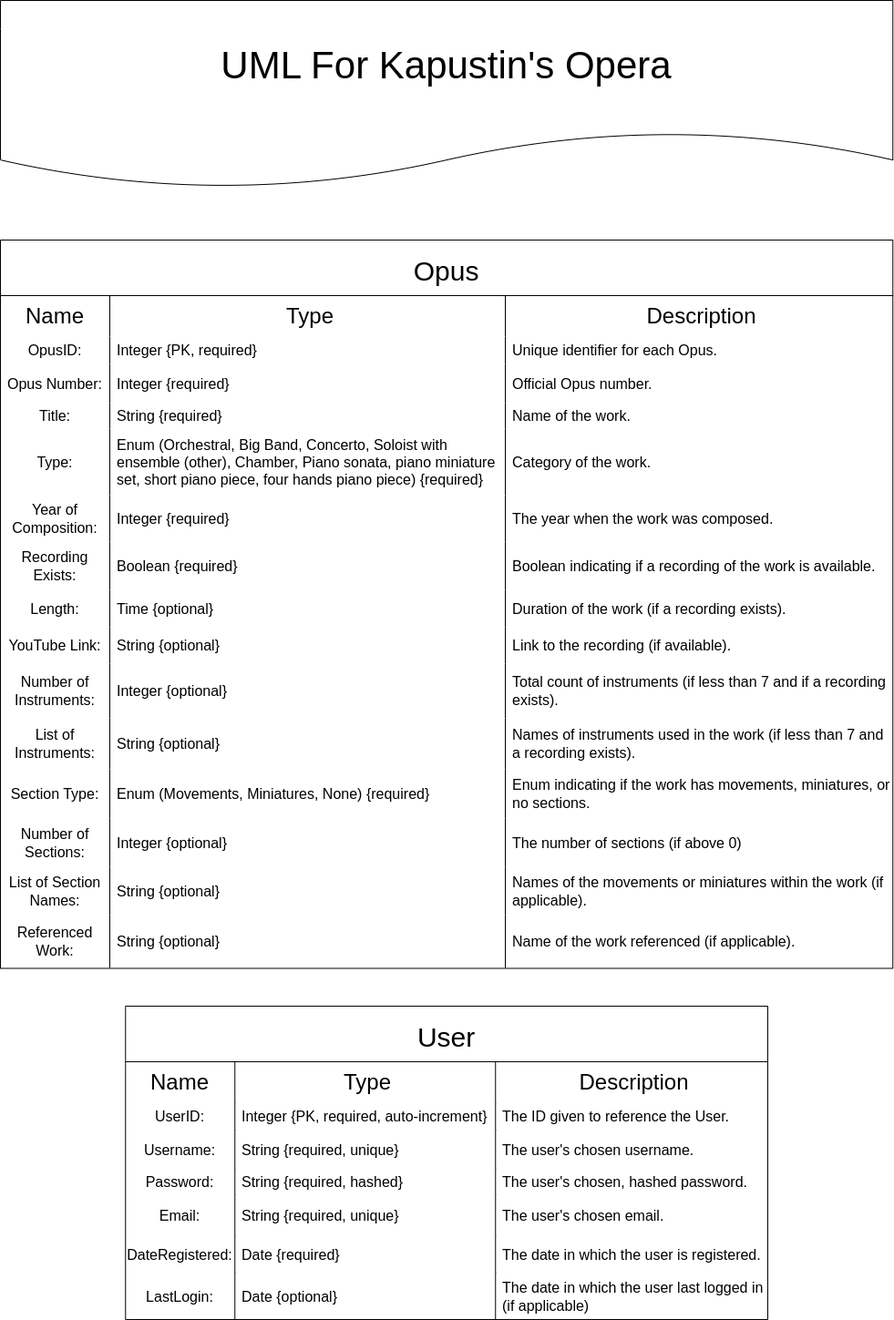
Before: Design Documents/kapustin-UML.drawio.png, a diagram exported from draw.io (alixvox/kapustin-api). Source tidied: cells renumbered, new cells last; positions are measured from the earlier drawing's top-left corner, leaving out a move shared by most shapes.
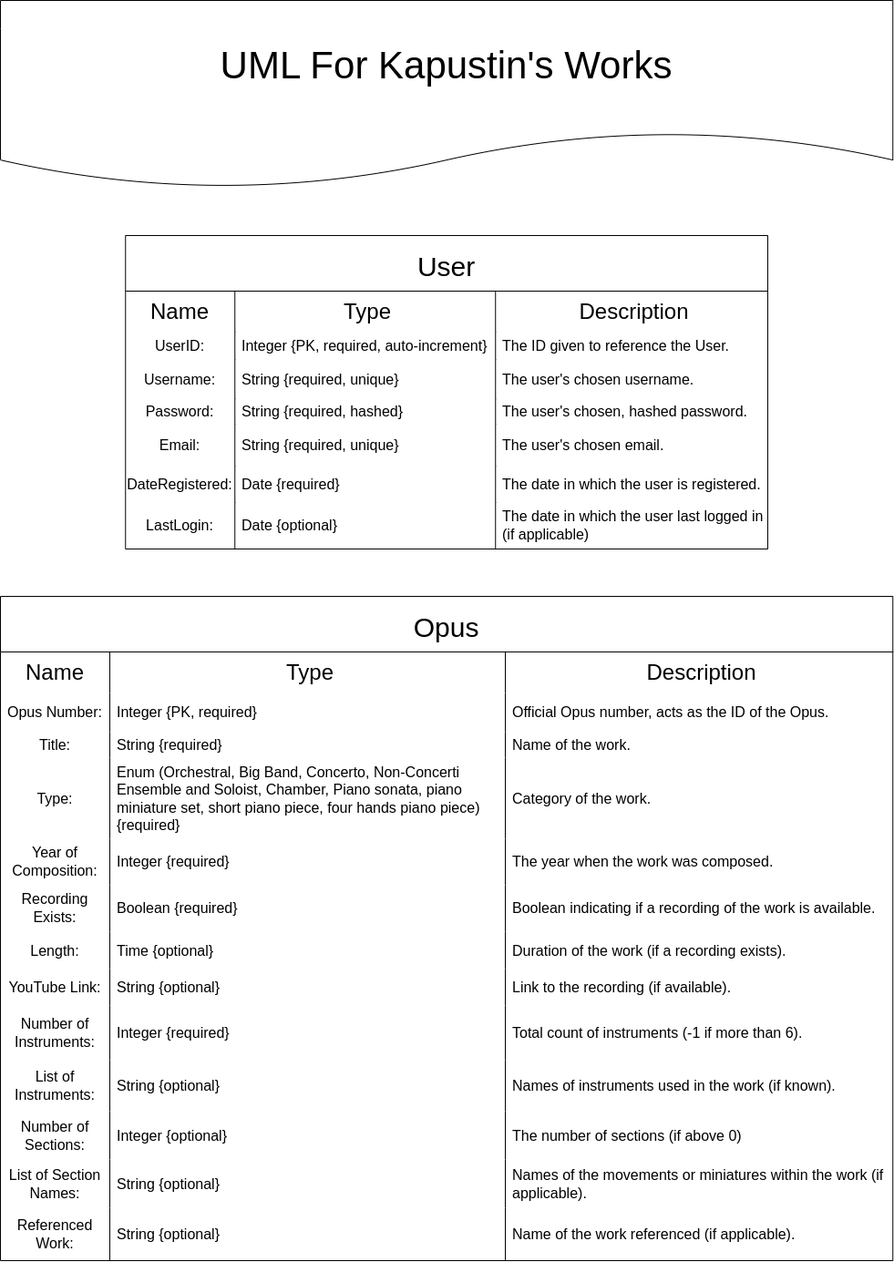
The same diagram one commit later.

The edit, as a diff of the source:
```diff
@@ -5,3 +5,3 @@
     <mxCell id="2" value="Opus" style="shape=table;startSize=61;rowLines=0;fontStyle=0;strokeColor=default;fontSize=30;" parent="1" vertex="1">
-      <mxGeometry y="263" width="979.2" height="799.5" as="geometry" />
+      <mxGeometry y="654" width="979.2" height="729" as="geometry" />
     </mxCell>
@@ -19,16 +19,4 @@
     </mxCell>
-    <mxCell id="7" style="shape=tableRow;horizontal=0;startSize=0;swimlaneHead=0;swimlaneBody=0;top=0;left=0;bottom=0;right=0;fillColor=none;strokeColor=inherit;fontSize=16;" parent="2" vertex="1">
-      <mxGeometry y="106" width="979.2" height="30" as="geometry" />
-    </mxCell>
-    <mxCell id="8" value="OpusID:" style="shape=partialRectangle;html=1;whiteSpace=wrap;fillColor=none;top=0;left=0;bottom=0;right=0;overflow=hidden;strokeColor=inherit;fontSize=16;" parent="7" vertex="1">
-      <mxGeometry width="120" height="30" as="geometry" />
-    </mxCell>
-    <mxCell id="9" value="Integer {PK, required}" style="shape=partialRectangle;html=1;whiteSpace=wrap;fillColor=none;top=0;left=0;bottom=0;right=0;align=left;spacingLeft=6;overflow=hidden;strokeColor=inherit;fontSize=16;" parent="7" vertex="1">
-      <mxGeometry x="120" width="434" height="30" as="geometry" />
-    </mxCell>
-    <mxCell id="10" value="Unique identifier for each Opus." style="shape=partialRectangle;html=1;whiteSpace=wrap;fillColor=none;top=0;left=0;bottom=0;right=0;align=left;spacingLeft=6;overflow=hidden;strokeColor=inherit;fontSize=16;" parent="7" vertex="1">
-      <mxGeometry x="554" width="425" height="30" as="geometry" />
-    </mxCell>
     <mxCell id="11" style="shape=tableRow;horizontal=0;startSize=0;swimlaneHead=0;swimlaneBody=0;top=0;left=0;bottom=0;right=0;fillColor=none;strokeColor=inherit;fontSize=16;" parent="2" vertex="1">
-      <mxGeometry y="136" width="979.2" height="43" as="geometry" />
+      <mxGeometry y="106" width="979.2" height="43" as="geometry" />
     </mxCell>
@@ -37,6 +25,6 @@
     </mxCell>
-    <mxCell id="13" value="Integer {required}" style="shape=partialRectangle;html=1;whiteSpace=wrap;fillColor=none;top=0;left=0;bottom=0;right=0;align=left;spacingLeft=6;overflow=hidden;strokeColor=inherit;fontSize=16;" parent="11" vertex="1">
+    <mxCell id="13" value="Integer {PK, required}" style="shape=partialRectangle;html=1;whiteSpace=wrap;fillColor=none;top=0;left=0;bottom=0;right=0;align=left;spacingLeft=6;overflow=hidden;strokeColor=inherit;fontSize=16;" parent="11" vertex="1">
       <mxGeometry x="120" width="434" height="43" as="geometry" />
     </mxCell>
-    <mxCell id="14" value="Official Opus number." style="shape=partialRectangle;html=1;whiteSpace=wrap;fillColor=none;top=0;left=0;bottom=0;right=0;align=left;spacingLeft=6;overflow=hidden;strokeColor=inherit;fontSize=16;" parent="11" vertex="1">
+    <mxCell id="14" value="Official Opus number, acts as the ID of the Opus." style="shape=partialRectangle;html=1;whiteSpace=wrap;fillColor=none;top=0;left=0;bottom=0;right=0;align=left;spacingLeft=6;overflow=hidden;strokeColor=inherit;fontSize=16;" parent="11" vertex="1">
       <mxGeometry x="554" width="425" height="43" as="geometry" />
@@ -44,3 +32,3 @@
     <mxCell id="15" style="shape=tableRow;horizontal=0;startSize=0;swimlaneHead=0;swimlaneBody=0;top=0;left=0;bottom=0;right=0;fillColor=none;strokeColor=inherit;fontSize=16;" parent="2" vertex="1">
-      <mxGeometry y="179" width="979.2" height="28" as="geometry" />
+      <mxGeometry y="149" width="979.2" height="28" as="geometry" />
     </mxCell>
@@ -56,15 +44,15 @@
     <mxCell id="19" style="shape=tableRow;horizontal=0;startSize=0;swimlaneHead=0;swimlaneBody=0;top=0;left=0;bottom=0;right=0;fillColor=none;strokeColor=inherit;fontSize=16;" parent="2" vertex="1">
-      <mxGeometry y="207" width="979.2" height="73" as="geometry" />
+      <mxGeometry y="177" width="979.2" height="89" as="geometry" />
     </mxCell>
     <mxCell id="20" value="Type:" style="shape=partialRectangle;html=1;whiteSpace=wrap;fillColor=none;top=0;left=0;bottom=0;right=0;overflow=hidden;strokeColor=inherit;fontSize=16;" parent="19" vertex="1">
-      <mxGeometry width="120" height="73" as="geometry" />
+      <mxGeometry width="120" height="89" as="geometry" />
     </mxCell>
-    <mxCell id="21" value="Enum (Orchestral, Big Band, Concerto, Soloist with ensemble (other), Chamber, Piano sonata, piano miniature set, short piano piece, four hands piano piece) {required}" style="shape=partialRectangle;html=1;whiteSpace=wrap;fillColor=none;top=0;left=0;bottom=0;right=0;align=left;spacingLeft=6;overflow=hidden;strokeColor=inherit;fontSize=16;" parent="19" vertex="1">
-      <mxGeometry x="120" width="434" height="73" as="geometry" />
+    <mxCell id="21" value="Enum (Orchestral, Big Band, Concerto,&amp;nbsp;&lt;span style=&quot;&quot; data-sheets-validation-id=&quot;0&quot; data-sheets-validation-definition=&quot;{&amp;quot;1&amp;quot;:{&amp;quot;1&amp;quot;:{&amp;quot;1&amp;quot;:24,&amp;quot;2&amp;quot;:[{&amp;quot;1&amp;quot;:0,&amp;quot;5&amp;quot;:{&amp;quot;1&amp;quot;:{&amp;quot;1&amp;quot;:0},&amp;quot;2&amp;quot;:{&amp;quot;1&amp;quot;:2,&amp;quot;2&amp;quot;:&amp;quot;Orchestral&amp;quot;}}},{&amp;quot;1&amp;quot;:0,&amp;quot;5&amp;quot;:{&amp;quot;1&amp;quot;:{&amp;quot;1&amp;quot;:0},&amp;quot;2&amp;quot;:{&amp;quot;1&amp;quot;:2,&amp;quot;2&amp;quot;:&amp;quot;Big Band&amp;quot;}}},{&amp;quot;1&amp;quot;:0,&amp;quot;5&amp;quot;:{&amp;quot;1&amp;quot;:{&amp;quot;1&amp;quot;:0},&amp;quot;2&amp;quot;:{&amp;quot;1&amp;quot;:2,&amp;quot;2&amp;quot;:&amp;quot;Concerto&amp;quot;}}},{&amp;quot;1&amp;quot;:0,&amp;quot;5&amp;quot;:{&amp;quot;1&amp;quot;:{&amp;quot;1&amp;quot;:0},&amp;quot;2&amp;quot;:{&amp;quot;1&amp;quot;:2,&amp;quot;2&amp;quot;:&amp;quot;Non-Concerti Soloist and Ensemble&amp;quot;}}},{&amp;quot;1&amp;quot;:0,&amp;quot;5&amp;quot;:{&amp;quot;1&amp;quot;:{&amp;quot;1&amp;quot;:0},&amp;quot;2&amp;quot;:{&amp;quot;1&amp;quot;:2,&amp;quot;2&amp;quot;:&amp;quot;Chamber&amp;quot;}}},{&amp;quot;1&amp;quot;:0,&amp;quot;5&amp;quot;:{&amp;quot;1&amp;quot;:{&amp;quot;1&amp;quot;:0},&amp;quot;2&amp;quot;:{&amp;quot;1&amp;quot;:2,&amp;quot;2&amp;quot;:&amp;quot;Piano Sonata&amp;quot;}}},{&amp;quot;1&amp;quot;:0,&amp;quot;5&amp;quot;:{&amp;quot;1&amp;quot;:{&amp;quot;1&amp;quot;:0},&amp;quot;2&amp;quot;:{&amp;quot;1&amp;quot;:2,&amp;quot;2&amp;quot;:&amp;quot;Piano Miniature Set&amp;quot;}}},{&amp;quot;1&amp;quot;:0,&amp;quot;5&amp;quot;:{&amp;quot;1&amp;quot;:{&amp;quot;1&amp;quot;:0},&amp;quot;2&amp;quot;:{&amp;quot;1&amp;quot;:2,&amp;quot;2&amp;quot;:&amp;quot;Short Piano Piece&amp;quot;}}},{&amp;quot;1&amp;quot;:0,&amp;quot;5&amp;quot;:{&amp;quot;1&amp;quot;:{&amp;quot;1&amp;quot;:0},&amp;quot;2&amp;quot;:{&amp;quot;1&amp;quot;:2,&amp;quot;2&amp;quot;:&amp;quot;Four Hands Piano Piece&amp;quot;}}}]},&amp;quot;2&amp;quot;:{&amp;quot;1&amp;quot;:{&amp;quot;1&amp;quot;:[{&amp;quot;1&amp;quot;:4,&amp;quot;6&amp;quot;:0},{&amp;quot;1&amp;quot;:2,&amp;quot;3&amp;quot;:&amp;quot;TRIM&amp;quot;,&amp;quot;4&amp;quot;:1},{&amp;quot;1&amp;quot;:3,&amp;quot;5&amp;quot;:{&amp;quot;1&amp;quot;:2,&amp;quot;2&amp;quot;:&amp;quot;Orchestral&amp;quot;}},{&amp;quot;1&amp;quot;:3,&amp;quot;5&amp;quot;:{&amp;quot;1&amp;quot;:2,&amp;quot;2&amp;quot;:&amp;quot;Big Band&amp;quot;}},{&amp;quot;1&amp;quot;:3,&amp;quot;5&amp;quot;:{&amp;quot;1&amp;quot;:2,&amp;quot;2&amp;quot;:&amp;quot;Concerto&amp;quot;}},{&amp;quot;1&amp;quot;:3,&amp;quot;5&amp;quot;:{&amp;quot;1&amp;quot;:2,&amp;quot;2&amp;quot;:&amp;quot;Non-Concerti Soloist and Ensemble&amp;quot;}},{&amp;quot;1&amp;quot;:3,&amp;quot;5&amp;quot;:{&amp;quot;1&amp;quot;:2,&amp;quot;2&amp;quot;:&amp;quot;Chamber&amp;quot;}},{&amp;quot;1&amp;quot;:3,&amp;quot;5&amp;quot;:{&amp;quot;1&amp;quot;:2,&amp;quot;2&amp;quot;:&amp;quot;Piano Sonata&amp;quot;}},{&amp;quot;1&amp;quot;:3,&amp;quot;5&amp;quot;:{&amp;quot;1&amp;quot;:2,&amp;quot;2&amp;quot;:&amp;quot;Piano Miniature Set&amp;quot;}},{&amp;quot;1&amp;quot;:3,&amp;quot;5&amp;quot;:{&amp;quot;1&amp;quot;:2,&amp;quot;2&amp;quot;:&amp;quot;Short Piano Piece&amp;quot;}},{&amp;quot;1&amp;quot;:3,&amp;quot;5&amp;quot;:{&amp;quot;1&amp;quot;:2,&amp;quot;2&amp;quot;:&amp;quot;Four Hands Piano Piece&amp;quot;}},{&amp;quot;1&amp;quot;:2,&amp;quot;3&amp;quot;:&amp;quot;ARRAY_ROW&amp;quot;,&amp;quot;4&amp;quot;:9},{&amp;quot;1&amp;quot;:2,&amp;quot;3&amp;quot;:&amp;quot;ARRAY_LITERAL&amp;quot;,&amp;quot;4&amp;quot;:1},{&amp;quot;1&amp;quot;:2,&amp;quot;3&amp;quot;:&amp;quot;TRIM&amp;quot;,&amp;quot;4&amp;quot;:1},{&amp;quot;1&amp;quot;:2,&amp;quot;3&amp;quot;:&amp;quot;EXACT&amp;quot;,&amp;quot;4&amp;quot;:2},{&amp;quot;1&amp;quot;:2,&amp;quot;3&amp;quot;:&amp;quot;OR&amp;quot;,&amp;quot;4&amp;quot;:1},{&amp;quot;1&amp;quot;:2,&amp;quot;3&amp;quot;:&amp;quot;ARRAYFORMULA&amp;quot;,&amp;quot;4&amp;quot;:1},{&amp;quot;1&amp;quot;:1,&amp;quot;2&amp;quot;:&amp;quot;=&amp;quot;}]},&amp;quot;3&amp;quot;:&amp;quot;R0]FTRIM:1]LSOrchestral]]LSBig Band]]LSConcerto]]LSNon-Concerti Soloist and Ensemble]]LSChamber]]LSPiano Sonata]]LSPiano Miniature Set]]LSShort Piano Piece]]LSFour Hands Piano Piece]]FARRAY_ROW:9]FARRAY_LITERAL:1]FTRIM:1]FEXACT:2]FOR:1]FARRAYFORMULA:1]S&amp;quot;},&amp;quot;3&amp;quot;:[{&amp;quot;1&amp;quot;:{&amp;quot;1&amp;quot;:0,&amp;quot;2&amp;quot;:1,&amp;quot;3&amp;quot;:0,&amp;quot;4&amp;quot;:1,&amp;quot;5&amp;quot;:1118464},&amp;quot;2&amp;quot;:0}]},&amp;quot;2&amp;quot;:&amp;quot;&amp;quot;,&amp;quot;3&amp;quot;:1,&amp;quot;4&amp;quot;:1,&amp;quot;6&amp;quot;:1}&quot; data-sheets-userformat=&quot;{&amp;quot;2&amp;quot;:513,&amp;quot;3&amp;quot;:{&amp;quot;1&amp;quot;:0},&amp;quot;12&amp;quot;:0}&quot; data-sheets-value=&quot;{&amp;quot;1&amp;quot;:2,&amp;quot;2&amp;quot;:&amp;quot;Non-Concerti Soloist and Ensemble&amp;quot;}&quot;&gt;Non-Concerti Ensemble and Soloist,&lt;/span&gt;&amp;nbsp;Chamber, Piano sonata, piano miniature set, short piano piece, four hands piano piece) {required}" style="shape=partialRectangle;html=1;whiteSpace=wrap;fillColor=none;top=0;left=0;bottom=0;right=0;align=left;spacingLeft=6;overflow=hidden;strokeColor=inherit;fontSize=16;" parent="19" vertex="1">
+      <mxGeometry x="120" width="434" height="89" as="geometry" />
     </mxCell>
     <mxCell id="22" value="Category of the work." style="shape=partialRectangle;whiteSpace=wrap;fillColor=none;top=0;left=0;bottom=0;right=0;align=left;spacingLeft=6;overflow=hidden;strokeColor=inherit;fontSize=16;" parent="19" vertex="1">
-      <mxGeometry x="554" width="425" height="73" as="geometry" />
+      <mxGeometry x="554" width="425" height="89" as="geometry" />
     </mxCell>
     <mxCell id="23" style="shape=tableRow;horizontal=0;startSize=0;swimlaneHead=0;swimlaneBody=0;top=0;left=0;bottom=0;right=0;fillColor=none;strokeColor=inherit;fontSize=16;" parent="2" vertex="1">
-      <mxGeometry y="280" width="979.2" height="51" as="geometry" />
+      <mxGeometry y="266" width="979.2" height="51" as="geometry" />
     </mxCell>
@@ -80,15 +68,15 @@
     <mxCell id="27" style="shape=tableRow;horizontal=0;startSize=0;swimlaneHead=0;swimlaneBody=0;top=0;left=0;bottom=0;right=0;fillColor=none;strokeColor=inherit;fontSize=16;" parent="2" vertex="1">
-      <mxGeometry y="331" width="979.2" height="53" as="geometry" />
+      <mxGeometry y="317" width="979.2" height="51" as="geometry" />
     </mxCell>
     <mxCell id="28" value="Recording Exists:" style="shape=partialRectangle;html=1;whiteSpace=wrap;fillColor=none;top=0;left=0;bottom=0;right=0;overflow=hidden;strokeColor=inherit;fontSize=16;" parent="27" vertex="1">
-      <mxGeometry width="120" height="53" as="geometry" />
+      <mxGeometry width="120" height="51" as="geometry" />
     </mxCell>
     <mxCell id="29" value="Boolean {required}" style="shape=partialRectangle;html=1;whiteSpace=wrap;fillColor=none;top=0;left=0;bottom=0;right=0;align=left;spacingLeft=6;overflow=hidden;strokeColor=inherit;fontSize=16;" parent="27" vertex="1">
-      <mxGeometry x="120" width="434" height="53" as="geometry" />
+      <mxGeometry x="120" width="434" height="51" as="geometry" />
     </mxCell>
     <mxCell id="30" value="Boolean indicating if a recording of the work is available." style="shape=partialRectangle;whiteSpace=wrap;fillColor=none;top=0;left=0;bottom=0;right=0;align=left;spacingLeft=6;overflow=hidden;strokeColor=inherit;fontSize=16;" parent="27" vertex="1">
-      <mxGeometry x="554" width="425" height="53" as="geometry" />
+      <mxGeometry x="554" width="425" height="51" as="geometry" />
     </mxCell>
     <mxCell id="31" style="shape=tableRow;horizontal=0;startSize=0;swimlaneHead=0;swimlaneBody=0;top=0;left=0;bottom=0;right=0;fillColor=none;strokeColor=inherit;fontSize=16;" parent="2" vertex="1">
-      <mxGeometry y="384" width="979.2" height="41" as="geometry" />
+      <mxGeometry y="368" width="979.2" height="41" as="geometry" />
     </mxCell>
@@ -104,3 +92,3 @@
     <mxCell id="35" style="shape=tableRow;horizontal=0;startSize=0;swimlaneHead=0;swimlaneBody=0;top=0;left=0;bottom=0;right=0;fillColor=none;strokeColor=inherit;fontSize=16;" parent="2" vertex="1">
-      <mxGeometry y="425" width="979.2" height="40" as="geometry" />
+      <mxGeometry y="409" width="979.2" height="40" as="geometry" />
     </mxCell>
@@ -116,3 +104,3 @@
     <mxCell id="39" style="shape=tableRow;horizontal=0;startSize=0;swimlaneHead=0;swimlaneBody=0;top=0;left=0;bottom=0;right=0;fillColor=none;strokeColor=inherit;fontSize=16;" parent="2" vertex="1">
-      <mxGeometry y="465" width="979.2" height="60" as="geometry" />
+      <mxGeometry y="449" width="979.2" height="60" as="geometry" />
     </mxCell>
@@ -121,6 +109,6 @@
     </mxCell>
-    <mxCell id="41" value="Integer {optional}" style="shape=partialRectangle;html=1;whiteSpace=wrap;fillColor=none;top=0;left=0;bottom=0;right=0;align=left;spacingLeft=6;overflow=hidden;strokeColor=inherit;fontSize=16;" parent="39" vertex="1">
+    <mxCell id="41" value="Integer {required}" style="shape=partialRectangle;html=1;whiteSpace=wrap;fillColor=none;top=0;left=0;bottom=0;right=0;align=left;spacingLeft=6;overflow=hidden;strokeColor=inherit;fontSize=16;" parent="39" vertex="1">
       <mxGeometry x="120" width="434" height="60" as="geometry" />
     </mxCell>
-    <mxCell id="42" value="Total count of instruments (if less than 7 and if a recording exists)." style="shape=partialRectangle;html=1;whiteSpace=wrap;fillColor=none;top=0;left=0;bottom=0;right=0;align=left;spacingLeft=6;overflow=hidden;strokeColor=inherit;fontSize=16;" parent="39" vertex="1">
+    <mxCell id="42" value="Total count of instruments (-1 if more than 6)." style="shape=partialRectangle;html=1;whiteSpace=wrap;fillColor=none;top=0;left=0;bottom=0;right=0;align=left;spacingLeft=6;overflow=hidden;strokeColor=inherit;fontSize=16;" parent="39" vertex="1">
       <mxGeometry x="554" width="425" height="60" as="geometry" />
@@ -128,3 +116,3 @@
     <mxCell id="43" style="shape=tableRow;horizontal=0;startSize=0;swimlaneHead=0;swimlaneBody=0;top=0;left=0;bottom=0;right=0;fillColor=none;strokeColor=inherit;fontSize=16;" parent="2" vertex="1">
-      <mxGeometry y="525" width="979.2" height="56" as="geometry" />
+      <mxGeometry y="509" width="979.2" height="56" as="geometry" />
     </mxCell>
@@ -136,19 +124,7 @@
     </mxCell>
-    <mxCell id="46" value="Names of instruments used in the work (if less than 7 and a recording exists)." style="shape=partialRectangle;html=1;whiteSpace=wrap;fillColor=none;top=0;left=0;bottom=0;right=0;align=left;spacingLeft=6;overflow=hidden;strokeColor=inherit;fontSize=16;" parent="43" vertex="1">
+    <mxCell id="46" value="Names of instruments used in the work (if known)." style="shape=partialRectangle;html=1;whiteSpace=wrap;fillColor=none;top=0;left=0;bottom=0;right=0;align=left;spacingLeft=6;overflow=hidden;strokeColor=inherit;fontSize=16;" parent="43" vertex="1">
       <mxGeometry x="554" width="425" height="56" as="geometry" />
     </mxCell>
-    <mxCell id="47" style="shape=tableRow;horizontal=0;startSize=0;swimlaneHead=0;swimlaneBody=0;top=0;left=0;bottom=0;right=0;fillColor=none;strokeColor=inherit;fontSize=16;" parent="2" vertex="1">
-      <mxGeometry y="581" width="979.2" height="54" as="geometry" />
-    </mxCell>
-    <mxCell id="48" value="Section Type:" style="shape=partialRectangle;html=1;whiteSpace=wrap;fillColor=none;top=0;left=0;bottom=0;right=0;overflow=hidden;strokeColor=inherit;fontSize=16;" parent="47" vertex="1">
-      <mxGeometry width="120" height="54" as="geometry" />
-    </mxCell>
-    <mxCell id="49" value="Enum (Movements, Miniatures, None) {required}" style="shape=partialRectangle;html=1;whiteSpace=wrap;fillColor=none;top=0;left=0;bottom=0;right=0;align=left;spacingLeft=6;overflow=hidden;strokeColor=inherit;fontSize=16;" parent="47" vertex="1">
-      <mxGeometry x="120" width="434" height="54" as="geometry" />
-    </mxCell>
-    <mxCell id="50" value="Enum indicating if the work has movements, miniatures, or no sections." style="shape=partialRectangle;html=1;whiteSpace=wrap;fillColor=none;top=0;left=0;bottom=0;right=0;align=left;spacingLeft=6;overflow=hidden;strokeColor=inherit;fontSize=16;" parent="47" vertex="1">
-      <mxGeometry x="554" width="425" height="54" as="geometry" />
-    </mxCell>
     <mxCell id="51" style="shape=tableRow;horizontal=0;startSize=0;swimlaneHead=0;swimlaneBody=0;top=0;left=0;bottom=0;right=0;fillColor=none;strokeColor=inherit;fontSize=16;" parent="2" vertex="1">
-      <mxGeometry y="635" width="979.2" height="53" as="geometry" />
+      <mxGeometry y="565" width="979.2" height="53" as="geometry" />
     </mxCell>
@@ -164,3 +140,3 @@
     <mxCell id="55" style="shape=tableRow;horizontal=0;startSize=0;swimlaneHead=0;swimlaneBody=0;top=0;left=0;bottom=0;right=0;fillColor=none;strokeColor=inherit;fontSize=16;" parent="2" vertex="1">
-      <mxGeometry y="688" width="979.2" height="53" as="geometry" />
+      <mxGeometry y="618" width="979.2" height="53" as="geometry" />
     </mxCell>
@@ -176,3 +152,3 @@
     <mxCell id="59" style="shape=tableRow;horizontal=0;startSize=0;swimlaneHead=0;swimlaneBody=0;top=0;left=0;bottom=0;right=0;fillColor=none;strokeColor=inherit;fontSize=16;" parent="2" vertex="1">
-      <mxGeometry y="741" width="979.2" height="58" as="geometry" />
+      <mxGeometry y="671" width="979.2" height="58" as="geometry" />
     </mxCell>
@@ -188,3 +164,3 @@
     <mxCell id="63" value="User" style="shape=table;startSize=61;rowLines=0;fontStyle=0;strokeColor=default;fontSize=30;" parent="1" vertex="1">
-      <mxGeometry x="137.2" y="1104" width="704.8" height="344" as="geometry" />
+      <mxGeometry x="137.2" y="258" width="704.8" height="344" as="geometry" />
     </mxCell>
@@ -274,3 +250,3 @@
     </mxCell>
-    <mxCell id="92" value="&lt;font style=&quot;font-size: 42px;&quot;&gt;UML For Kapustin's Opera&lt;/font&gt;" style="shape=document;whiteSpace=wrap;html=1;boundedLbl=1;" parent="1" vertex="1">
+    <mxCell id="92" value="&lt;font style=&quot;font-size: 42px;&quot;&gt;UML For Kapustin's Works&lt;/font&gt;" style="shape=document;whiteSpace=wrap;html=1;boundedLbl=1;" parent="1" vertex="1">
       <mxGeometry width="979.2" height="206" as="geometry" />
```
